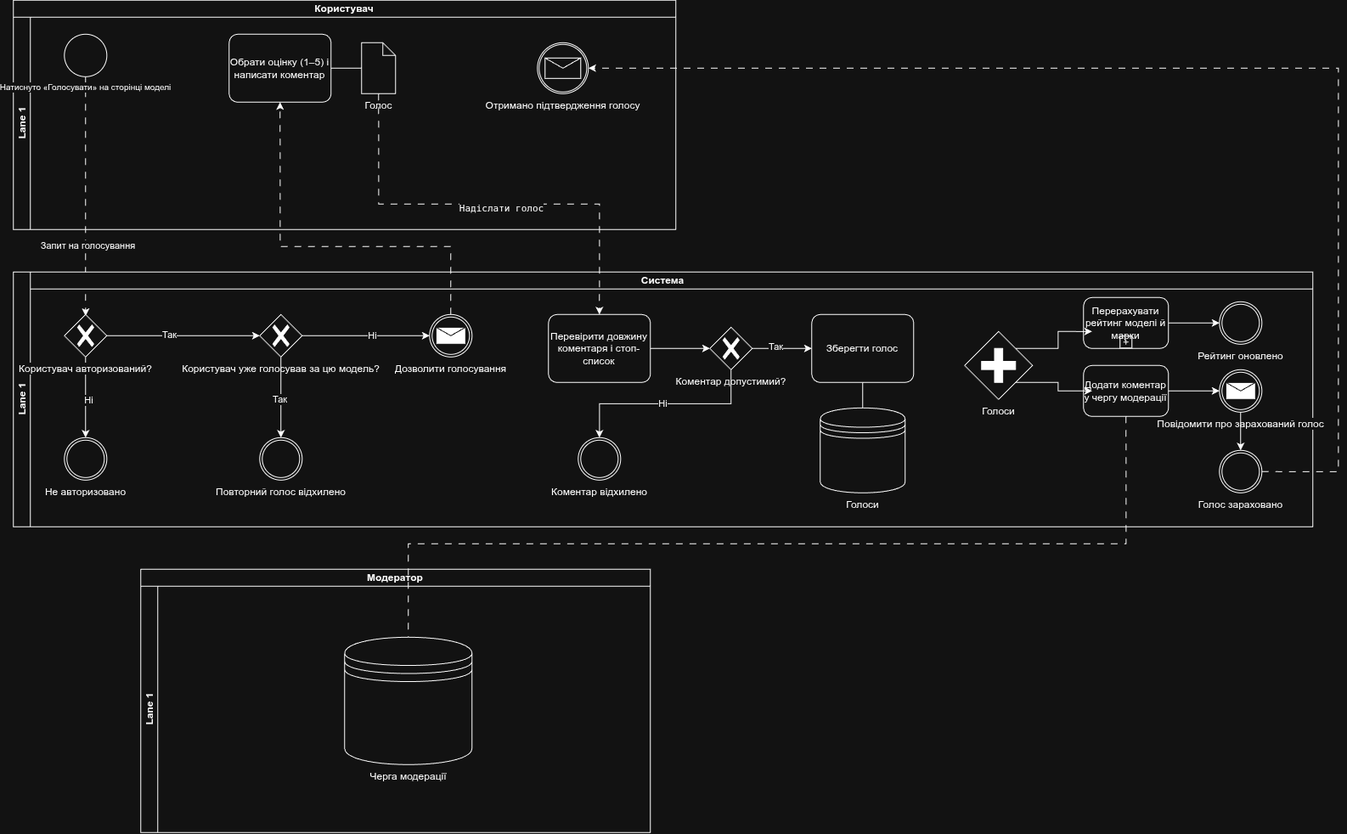
Before: docs/sprint1/bpmn/02_voting.png, a diagram exported from draw.io (gri3ex/autorate-team-d). Source tidied: cells renumbered, new cells last; positions are measured from the earlier drawing's top-left corner, leaving out a move shared by most shapes.
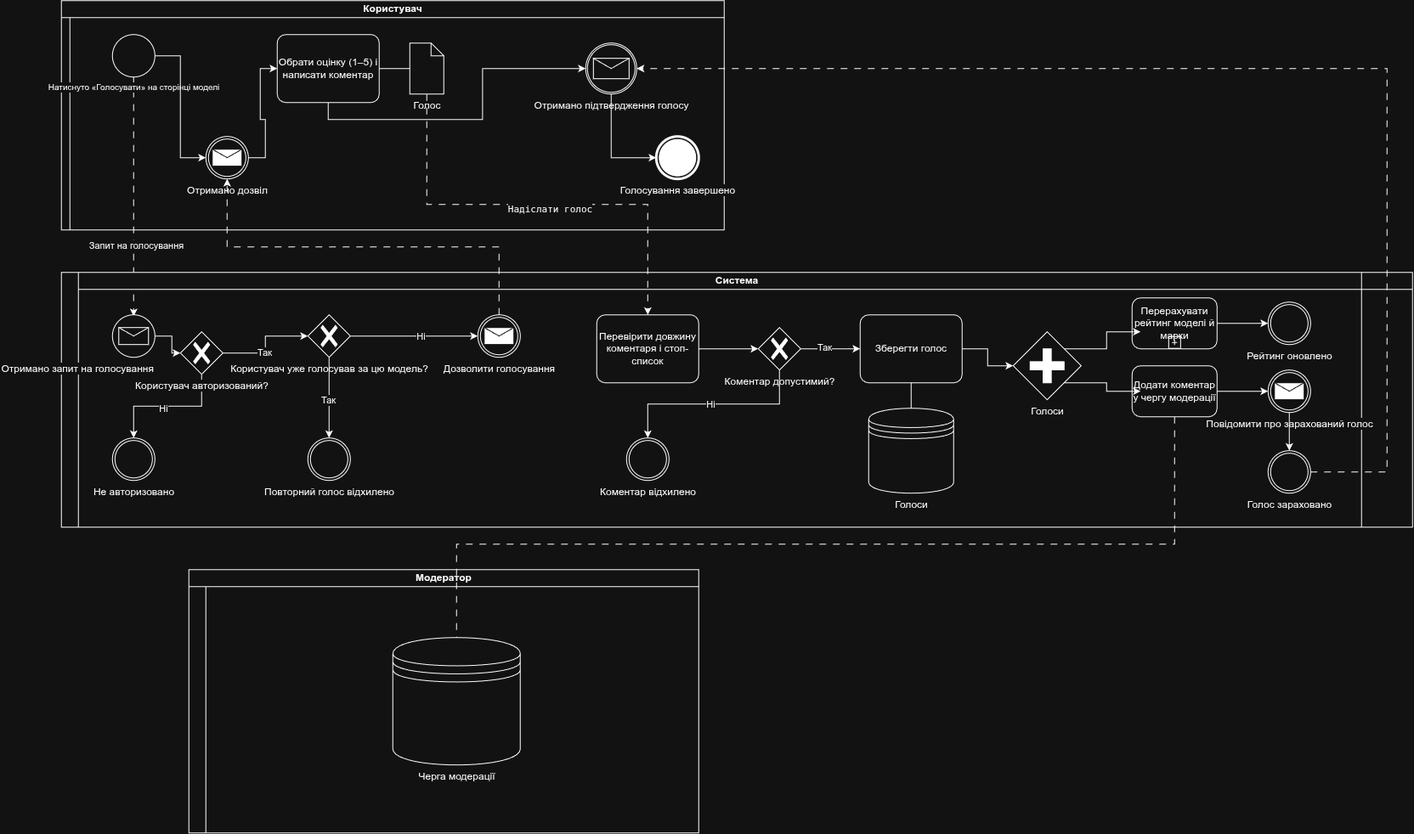
Later version of the same file.

Change to the diagram source:
```diff
@@ -5,7 +5,7 @@
     <mxCell id="2" value="Користувач" style="swimlane;html=1;horizontal=1;startSize=20;whiteSpace=wrap;" parent="1" vertex="1">
       <mxGeometry width="780" height="270" as="geometry" />
     </mxCell>
-    <mxCell id="3" value="Lane 1" style="swimlane;html=1;startSize=20;horizontal=0;" parent="2" vertex="1">
+    <mxCell id="3" style="swimlane;html=1;startSize=10;horizontal=0;" parent="2" vertex="1">
       <mxGeometry y="20" width="780" height="250" as="geometry" />
     </mxCell>
     <mxCell id="4" style="edgeStyle=orthogonalEdgeStyle;rounded=0;jettySize=auto;html=1;exitX=0.5;exitY=1;exitDx=0;exitDy=0;exitPerimeter=0;dashed=1;dashPattern=8 8;" parent="3" edge="1" source="6">
@@ -31,13 +31,31 @@
     <mxCell id="10" value="Отримано підтвердження голосу" style="points=[[0.145,0.145,0],[0.5,0,0],[0.855,0.145,0],[1,0.5,0],[0.855,0.855,0],[0.5,1,0],[0.145,0.855,0],[0,0.5,0]];shape=mxgraph.bpmn.event;html=1;verticalLabelPosition=bottom;labelBackgroundColor=#ffffff;verticalAlign=top;align=center;perimeter=ellipsePerimeter;outlineConnect=0;outline=catching;symbol=message;" parent="3" vertex="1">
       <mxGeometry x="617" y="30" width="60" height="60" as="geometry" />
     </mxCell>
+    <mxCell id="57" value="Отримано дозвіл" style="points=[[0.145,0.145,0],[0.5,0,0],[0.855,0.145,0],[1,0.5,0],[0.855,0.855,0],[0.5,1,0],[0.145,0.855,0],[0,0.5,0]];shape=mxgraph.bpmn.event;html=1;verticalLabelPosition=bottom;labelBackgroundColor=#ffffff;verticalAlign=top;align=center;perimeter=ellipsePerimeter;outlineConnect=0;outline=throwing;symbol=message;" parent="3" vertex="1">
+      <mxGeometry x="170" y="140" width="50" height="50" as="geometry" />
+    </mxCell>
+    <mxCell id="58" style="edgeStyle=orthogonalEdgeStyle;rounded=0;jettySize=auto;html=1;exitX=1;exitY=0.5;exitDx=0;exitDy=0;exitPerimeter=0;entryX=0;entryY=0.5;entryDx=0;entryDy=0;entryPerimeter=0;" parent="3" edge="1" source="6" target="57">
+      <mxGeometry relative="1" as="geometry" />
+    </mxCell>
+    <mxCell id="59" style="edgeStyle=orthogonalEdgeStyle;rounded=0;jettySize=auto;html=1;exitX=1;exitY=0.5;exitDx=0;exitDy=0;exitPerimeter=0;entryX=0;entryY=0.5;entryDx=0;entryDy=0;entryPerimeter=0;" parent="3" edge="1" source="57" target="7">
+      <mxGeometry relative="1" as="geometry" />
+    </mxCell>
+    <mxCell id="60" style="edgeStyle=orthogonalEdgeStyle;rounded=0;jettySize=auto;html=1;exitX=0.5;exitY=1;exitDx=0;exitDy=0;exitPerimeter=0;entryX=0;entryY=0.5;entryDx=0;entryDy=0;entryPerimeter=0;" parent="3" edge="1" source="7" target="10">
+      <mxGeometry relative="1" as="geometry" />
+    </mxCell>
+    <mxCell id="61" value="Голосування завершено" style="points=[[0.145,0.145,0],[0.5,0,0],[0.855,0.145,0],[1,0.5,0],[0.855,0.855,0],[0.5,1,0],[0.145,0.855,0],[0,0.5,0]];shape=mxgraph.bpmn.event;html=1;verticalLabelPosition=bottom;labelBackgroundColor=#ffffff;verticalAlign=top;align=center;perimeter=ellipsePerimeter;outlineConnect=0;outline=end;symbol=terminate;" parent="3" vertex="1">
+      <mxGeometry x="700" y="140" width="50" height="50" as="geometry" />
+    </mxCell>
+    <mxCell id="62" style="edgeStyle=orthogonalEdgeStyle;rounded=0;jettySize=auto;html=1;exitX=0.5;exitY=1;exitDx=0;exitDy=0;exitPerimeter=0;entryX=0;entryY=0.5;entryDx=0;entryDy=0;entryPerimeter=0;" parent="3" edge="1" source="10" target="61">
+      <mxGeometry relative="1" as="geometry" />
+    </mxCell>
     <mxCell id="11" value="Система" style="swimlane;html=1;horizontal=1;startSize=20;whiteSpace=wrap;" parent="1" vertex="1">
-      <mxGeometry y="320" width="1530" height="300" as="geometry" />
+      <mxGeometry y="320" width="1590" height="300" as="geometry" />
     </mxCell>
     <mxCell id="12" value="Lane 1" style="swimlane;html=1;startSize=20;horizontal=0;" parent="11" vertex="1">
-      <mxGeometry y="20" width="1530" height="280" as="geometry" />
+      <mxGeometry y="20" width="1590" height="280" as="geometry" />
     </mxCell>
-    <mxCell id="13" value="Lane 1" style="swimlane;html=1;startSize=20;horizontal=0;" parent="12" vertex="1">
+    <mxCell id="13" value="&lt;div&gt;&lt;br&gt;&lt;/div&gt;&lt;div&gt;&lt;br&gt;&lt;/div&gt;" style="swimlane;html=1;startSize=20;horizontal=0;" parent="12" vertex="1">
       <mxGeometry y="-20" width="1530" height="300" as="geometry" />
     </mxCell>
     <mxCell id="14" style="edgeStyle=orthogonalEdgeStyle;rounded=0;jettySize=auto;html=1;exitX=0.5;exitY=1;exitDx=0;exitDy=0;exitPerimeter=0;" parent="13" edge="1" source="18" target="19">
@@ -52,8 +70,8 @@
     <mxCell id="17" value="Так" style="edgeLabel;html=1;align=center;verticalAlign=middle;" parent="16" vertex="1">
       <mxGeometry x="-0.19" y="1" relative="1" as="geometry" />
     </mxCell>
-    <mxCell id="18" value="Користувач авторизований?" style="points=[[0.25,0.25,0],[0.5,0,0],[0.75,0.25,0],[1,0.5,0],[0.75,0.75,0],[0.5,1,0],[0.25,0.75,0],[0,0.5,0]];shape=mxgraph.bpmn.gateway2;html=1;verticalLabelPosition=bottom;labelBackgroundColor=#ffffff;verticalAlign=top;align=center;perimeter=rhombusPerimeter;outlineConnect=0;outline=none;symbol=none;gwType=exclusive;" parent="13" vertex="1">
-      <mxGeometry x="60" y="50" width="50" height="50" as="geometry" />
+    <mxCell id="18" value="&lt;div style=&quot;&quot;&gt;&lt;span style=&quot;background-color: light-dark(rgb(255, 255, 255), rgb(18, 18, 18)); color: light-dark(rgb(0, 0, 0), rgb(255, 255, 255));&quot;&gt;&lt;font&gt;Користувач авторизований?&lt;/font&gt;&lt;/span&gt;&lt;/div&gt;" style="points=[[0.25,0.25,0],[0.5,0,0],[0.75,0.25,0],[1,0.5,0],[0.75,0.75,0],[0.5,1,0],[0.25,0.75,0],[0,0.5,0]];shape=mxgraph.bpmn.gateway2;html=1;verticalLabelPosition=bottom;labelBackgroundColor=#ffffff;verticalAlign=top;align=center;perimeter=rhombusPerimeter;outlineConnect=0;outline=none;symbol=none;gwType=exclusive;" parent="13" vertex="1">
+      <mxGeometry x="140" y="70" width="50" height="50" as="geometry" />
     </mxCell>
     <mxCell id="19" value="Не авторизовано" style="points=[[0.145,0.145,0],[0.5,0,0],[0.855,0.145,0],[1,0.5,0],[0.855,0.855,0],[0.5,1,0],[0.145,0.855,0],[0,0.5,0]];shape=mxgraph.bpmn.event;html=1;verticalLabelPosition=bottom;labelBackgroundColor=#ffffff;verticalAlign=top;align=center;perimeter=ellipsePerimeter;outlineConnect=0;outline=throwing;symbol=general;" parent="13" vertex="1">
       <mxGeometry x="60" y="195" width="50" height="50" as="geometry" />
@@ -145,20 +163,29 @@
     <mxCell id="48" style="edgeStyle=orthogonalEdgeStyle;rounded=0;jettySize=auto;html=1;exitX=0.5;exitY=1;exitDx=0;exitDy=0;exitPerimeter=0;entryX=0.5;entryY=0;entryDx=0;entryDy=0;entryPerimeter=0;" parent="13" edge="1" source="45" target="47">
       <mxGeometry relative="1" as="geometry" />
     </mxCell>
+    <mxCell id="63" style="edgeStyle=orthogonalEdgeStyle;rounded=0;jettySize=auto;html=1;exitX=1;exitY=0.5;exitDx=0;exitDy=0;exitPerimeter=0;" parent="13" edge="1" source="64" target="18">
+      <mxGeometry relative="1" as="geometry" />
+    </mxCell>
+    <mxCell id="64" value="Отримано запит на голосування" style="points=[[0.145,0.145,0],[0.5,0,0],[0.855,0.145,0],[1,0.5,0],[0.855,0.855,0],[0.5,1,0],[0.145,0.855,0],[0,0.5,0]];shape=mxgraph.bpmn.event;html=1;verticalLabelPosition=bottom;labelBackgroundColor=#ffffff;verticalAlign=top;align=right;perimeter=ellipsePerimeter;outlineConnect=0;outline=standard;symbol=message;" parent="13" vertex="1">
+      <mxGeometry x="60" y="50" width="50" height="50" as="geometry" />
+    </mxCell>
+    <mxCell id="65" style="edgeStyle=orthogonalEdgeStyle;rounded=0;jettySize=auto;html=1;exitX=1;exitY=0.5;exitDx=0;exitDy=0;exitPerimeter=0;entryX=0;entryY=0.5;entryDx=0;entryDy=0;entryPerimeter=0;" parent="13" edge="1" source="34" target="38">
+      <mxGeometry relative="1" as="geometry" />
+    </mxCell>
     <mxCell id="49" value="Модератор" style="swimlane;html=1;horizontal=1;startSize=20;whiteSpace=wrap;" parent="1" vertex="1">
       <mxGeometry x="150" y="670" width="600" height="310" as="geometry" />
     </mxCell>
-    <mxCell id="50" value="Lane 1" style="swimlane;html=1;startSize=20;horizontal=0;" parent="49" vertex="1">
+    <mxCell id="50" style="swimlane;html=1;startSize=20;horizontal=0;" parent="49" vertex="1">
       <mxGeometry y="20" width="600" height="290" as="geometry" />
     </mxCell>
     <mxCell id="51" value="Черга модерації" style="shape=datastore;html=1;labelPosition=center;verticalLabelPosition=bottom;align=center;verticalAlign=top;" parent="50" vertex="1">
       <mxGeometry x="240" y="60" width="150" height="150" as="geometry" />
     </mxCell>
-    <mxCell id="52" style="edgeStyle=orthogonalEdgeStyle;rounded=0;jettySize=auto;html=1;exitX=0.5;exitY=0;exitDx=0;exitDy=0;exitPerimeter=0;dashed=1;dashPattern=8 8;entryX=0.5;entryY=1;entryDx=0;entryDy=0;entryPerimeter=0;" parent="1" edge="1" source="24" target="7">
+    <mxCell id="52" style="edgeStyle=orthogonalEdgeStyle;rounded=0;jettySize=auto;html=1;exitX=0.5;exitY=0;exitDx=0;exitDy=0;exitPerimeter=0;dashed=1;dashPattern=8 8;entryX=0.5;entryY=1;entryDx=0;entryDy=0;entryPerimeter=0;" parent="1" edge="1" source="24" target="57">
       <mxGeometry relative="1" as="geometry">
         <Array as="points">
           <mxPoint x="515" y="290" />
-          <mxPoint x="314.1" y="290" />
+          <mxPoint x="195" y="290" />
         </Array>
       </mxGeometry>
     </mxCell>
```
